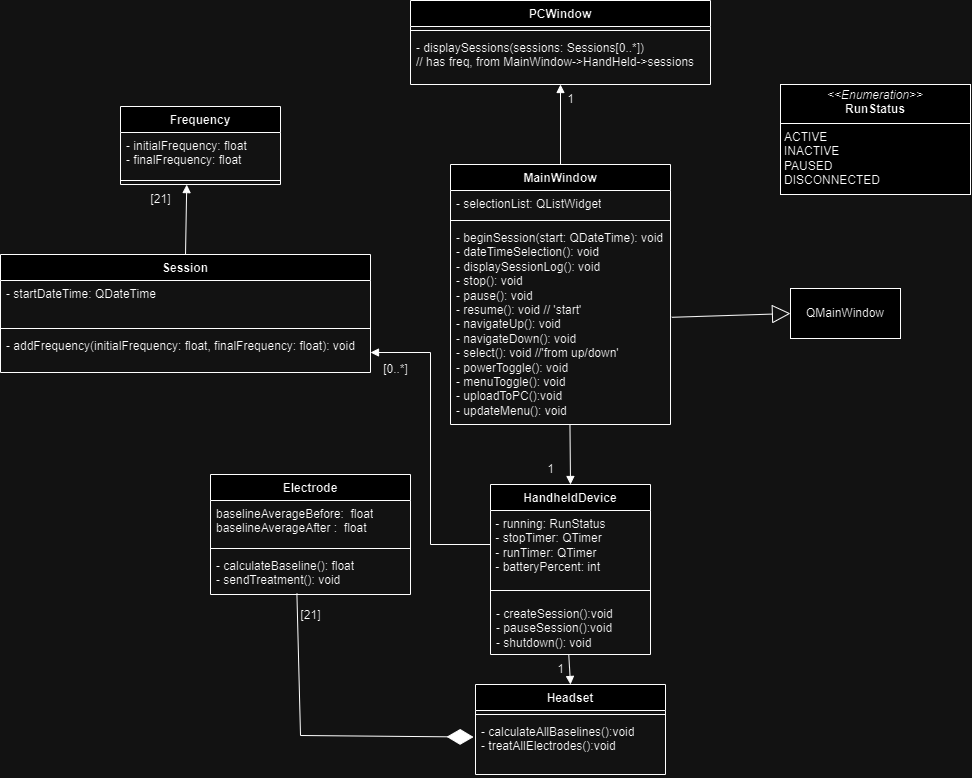
Earlier version of the draw.io export UML Class Diagrams/Term-Project-UML.png (arthur-dao/Neuroset-Simulator). Source tidied: cells renumbered, new cells last; positions are measured from the earlier drawing's top-left corner, leaving out a move shared by most shapes.
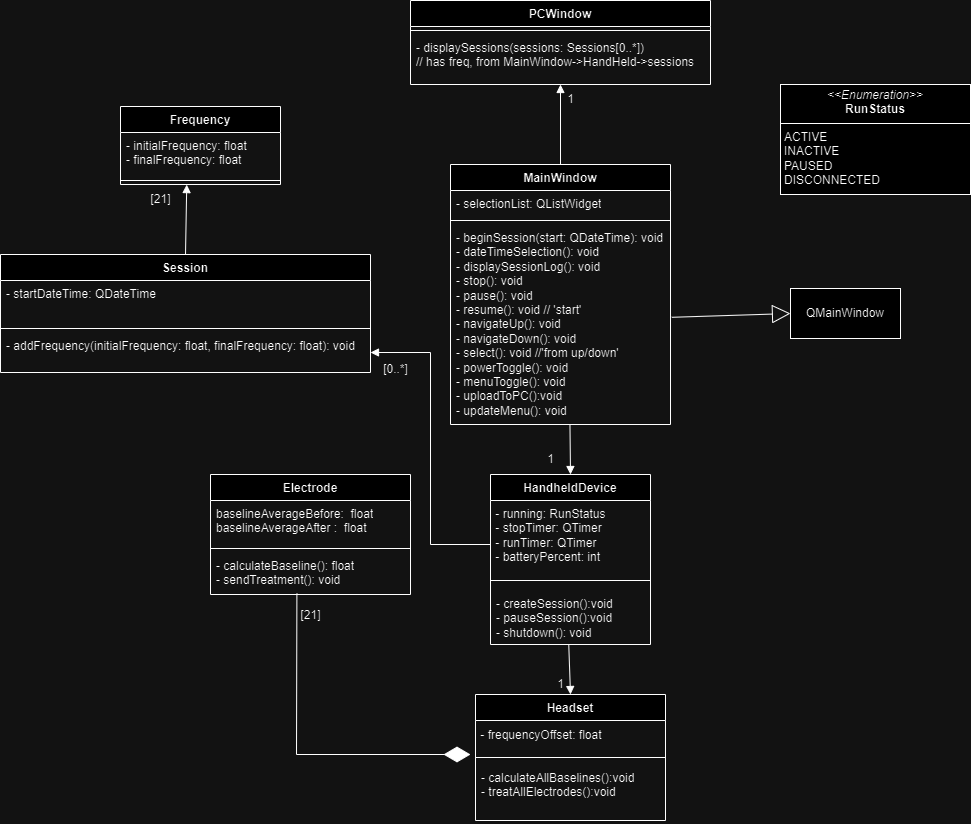
After the change.

Change to the diagram source:
```diff
@@ -15,13 +15,16 @@
       <mxGeometry y="60" width="220" height="200" as="geometry" />
     </mxCell>
     <mxCell id="6" value="Headset" style="swimlane;fontStyle=1;align=center;verticalAlign=top;horizontal=1;startSize=26;whiteSpace=wrap;html=1;" parent="1" vertex="1">
-      <mxGeometry x="475" y="684" width="190" height="90" as="geometry" />
+      <mxGeometry x="475" y="694" width="190" height="126" as="geometry" />
     </mxCell>
+    <mxCell id="42" value="&amp;nbsp;- frequencyOffset: float" style="text;html=1;align=left;verticalAlign=middle;strokeColor=none;fillColor=none;" parent="6" vertex="1">
+      <mxGeometry y="26" width="190" height="30" as="geometry" />
+    </mxCell>
     <mxCell id="7" style="line;strokeWidth=1;fillColor=none;align=left;verticalAlign=middle;spacingTop=-1;spacingLeft=3;spacingRight=3;labelPosition=right;strokeColor=inherit;" parent="6" vertex="1">
-      <mxGeometry y="26" width="190" height="8" as="geometry" />
+      <mxGeometry y="56" width="190" height="14" as="geometry" />
     </mxCell>
     <mxCell id="8" value="&lt;div&gt;- calculateAllBaselines():void&lt;/div&gt;&lt;div&gt;- treatAllElectrodes():void&lt;/div&gt;" style="text;strokeColor=none;fillColor=none;align=left;verticalAlign=top;spacingLeft=4;spacingRight=4;overflow=hidden;points=[[0,0.5],[1,0.5]];portConstraint=eastwest;whiteSpace=wrap;html=1;" parent="6" vertex="1">
-      <mxGeometry y="34" width="190" height="56" as="geometry" />
+      <mxGeometry y="70" width="190" height="56" as="geometry" />
     </mxCell>
     <mxCell id="9" value="Electrode" style="swimlane;fontStyle=1;align=center;verticalAlign=top;horizontal=1;startSize=26;whiteSpace=wrap;html=1;" parent="1" vertex="1">
       <mxGeometry x="210" y="474" width="200" height="120" as="geometry" />
@@ -36,7 +39,7 @@
       <mxGeometry y="78" width="200" height="42" as="geometry" />
     </mxCell>
     <mxCell id="13" value="HandheldDevice" style="swimlane;fontStyle=1;align=center;verticalAlign=top;horizontal=1;startSize=26;whiteSpace=wrap;html=1;" parent="1" vertex="1">
-      <mxGeometry x="490" y="484" width="160" height="170" as="geometry" />
+      <mxGeometry x="490" y="474" width="160" height="170" as="geometry" />
     </mxCell>
     <mxCell id="14" value="&amp;nbsp;- running: RunStatus&lt;div&gt;&amp;nbsp;- stopTimer: QTimer&lt;/div&gt;&lt;div&gt;&amp;nbsp;- runTimer: QTimer&lt;/div&gt;&lt;div&gt;&amp;nbsp;- batteryPercent: int&lt;/div&gt;" style="text;html=1;align=left;verticalAlign=middle;strokeColor=none;fillColor=none;" parent="13" vertex="1">
       <mxGeometry y="26" width="160" height="70" as="geometry" />
@@ -78,18 +81,19 @@
       <mxGeometry relative="1" as="geometry" />
     </mxCell>
     <mxCell id="27" value="1" style="text;html=1;align=center;verticalAlign=middle;strokeColor=none;fillColor=none;" parent="1" vertex="1">
-      <mxGeometry x="535" y="454" width="30" height="30" as="geometry" />
+      <mxGeometry x="535" y="444" width="30" height="30" as="geometry" />
     </mxCell>
     <mxCell id="28" style="html=1;verticalAlign=bottom;endArrow=block;curved=0;rounded=0;exitX=0.489;exitY=0.996;exitDx=0;exitDy=0;exitPerimeter=0;entryX=0.5;entryY=0;entryDx=0;entryDy=0;" parent="1" edge="1" source="16" target="6">
       <mxGeometry relative="1" as="geometry" />
     </mxCell>
     <mxCell id="29" value="1" style="text;html=1;align=center;verticalAlign=middle;strokeColor=none;fillColor=none;" parent="1" vertex="1">
-      <mxGeometry x="545" y="654" width="30" height="30" as="geometry" />
+      <mxGeometry x="545" y="669" width="30" height="30" as="geometry" />
     </mxCell>
-    <mxCell id="30" style="endArrow=diamondThin;endFill=1;endSize=24;html=1;rounded=0;exitX=0.432;exitY=0.978;exitDx=0;exitDy=0;exitPerimeter=0;entryX=-0.01;entryY=0.331;entryDx=0;entryDy=0;entryPerimeter=0;" parent="1" edge="1" source="12" target="8">
+    <mxCell id="30" style="endArrow=diamondThin;endFill=1;endSize=24;html=1;rounded=0;exitX=0.432;exitY=0.978;exitDx=0;exitDy=0;exitPerimeter=0;" parent="1" edge="1" source="12">
       <mxGeometry relative="1" as="geometry">
+        <mxPoint x="470" y="754" as="targetPoint" />
         <Array as="points">
-          <mxPoint x="300" y="735" />
+          <mxPoint x="296" y="754" />
         </Array>
       </mxGeometry>
     </mxCell>
```
